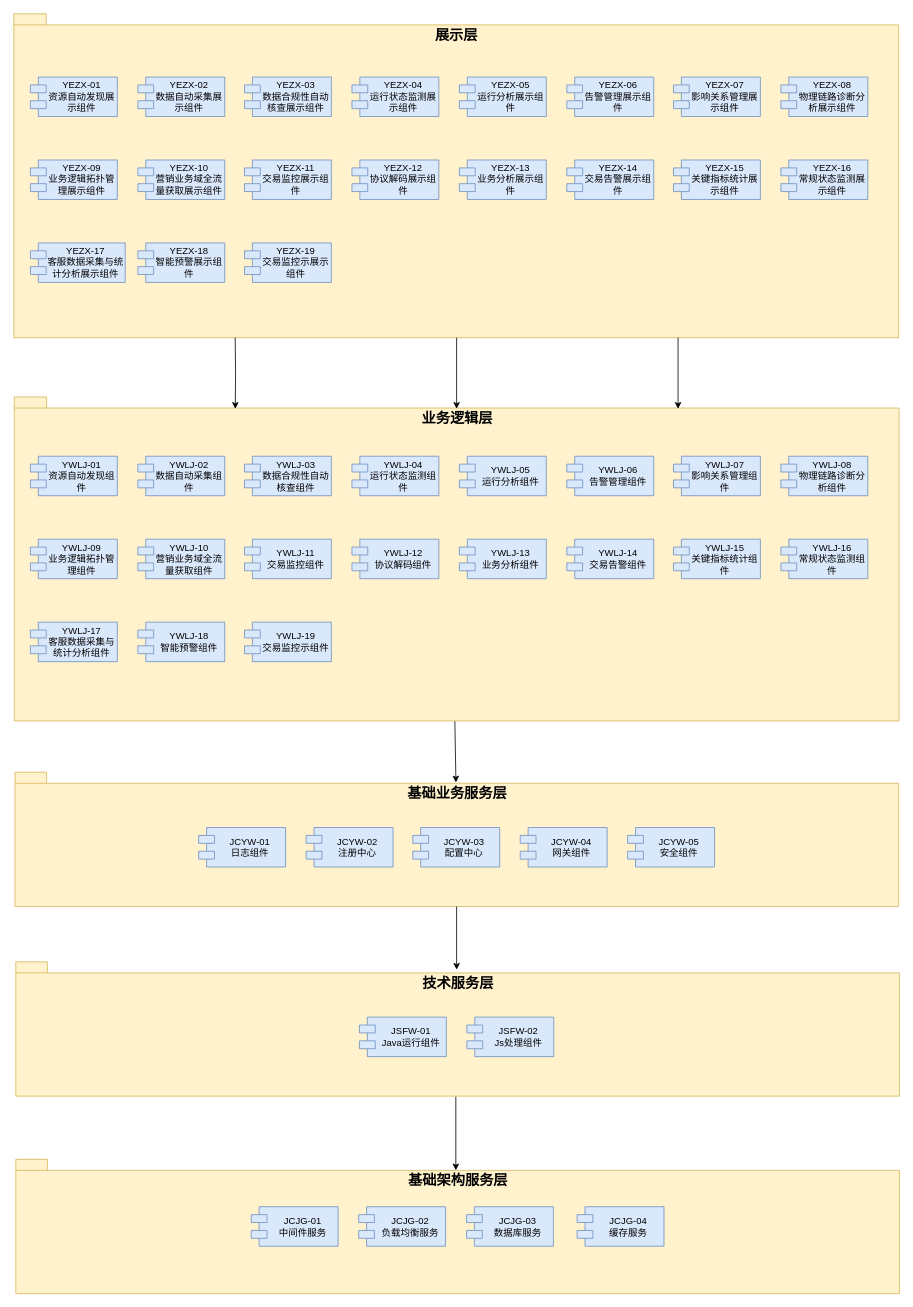
Before: 组件关联图.drawio in diaosinanshen/draw, a draw.io diagram. Source tidied: cells renumbered, new cells numbered last; positions are measured from the earlier drawing's top-left corner, leaving out a move shared by most shapes. Both pictures are drawn from the tidied source at 79%, with x=0, y=0 at pixel (13, 13).
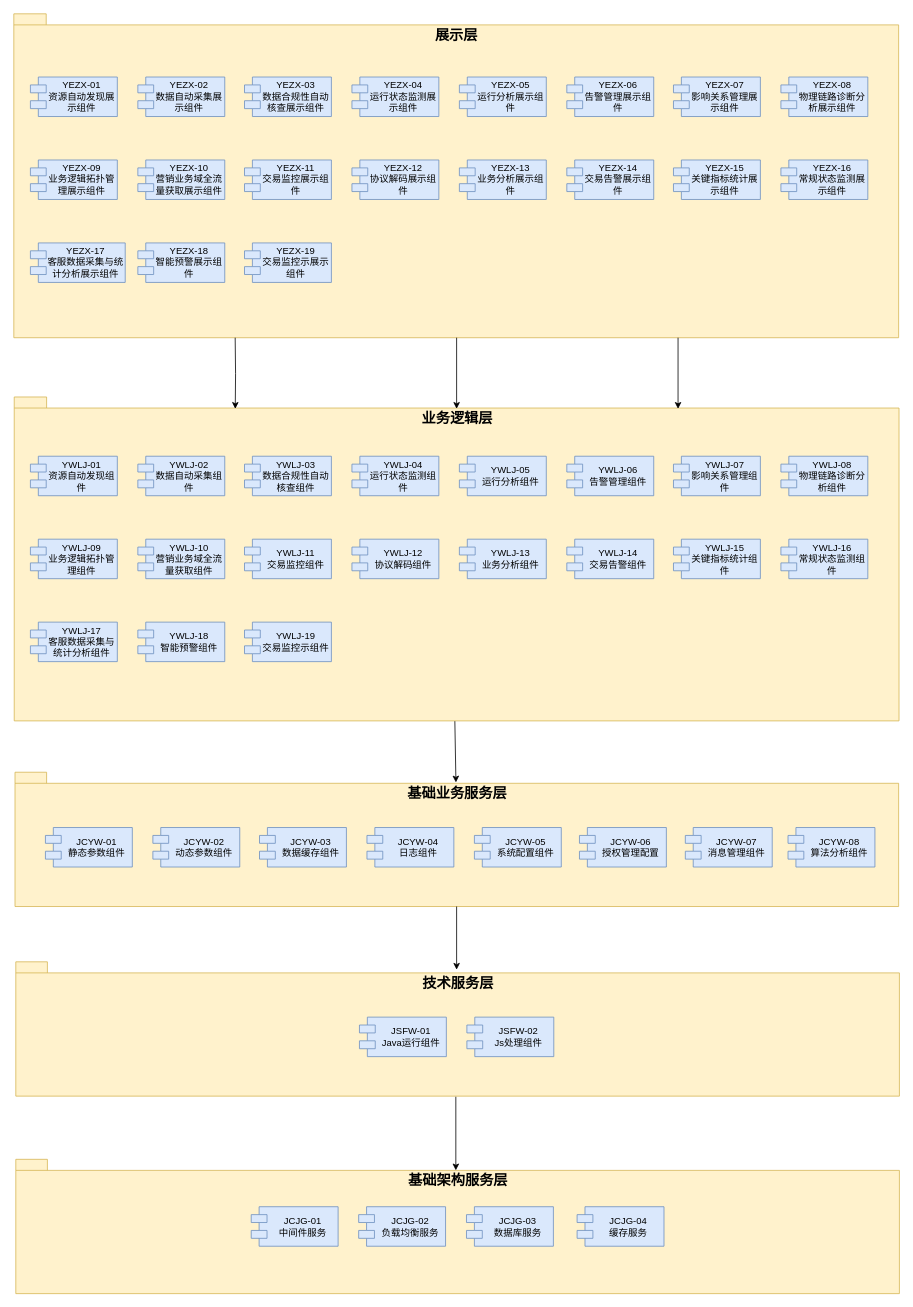
After the change.

Commit message:
更新组件关联图.drawio

Change to the diagram source:
```diff
@@
-    <mxCell id="27" value="JCYW-01&#10;日志组件" style="shape=module;align=center;spacingLeft=20;align=center;verticalAlign=middle;whiteSpace=wrap;labelPosition=center;verticalLabelPosition=middle;fillColor=#dae8fc;strokeColor=#6c8ebf;" parent="1" vertex="1">
-      <mxGeometry x="234" y="1030" width="110" height="50" as="geometry" />
+    <mxCell id="27" value="JCYW-01&#10;静态参数组件" style="shape=module;align=center;spacingLeft=20;align=center;verticalAlign=middle;whiteSpace=wrap;labelPosition=center;verticalLabelPosition=middle;fillColor=#dae8fc;strokeColor=#6c8ebf;" parent="1" vertex="1">
+      <mxGeometry x="40" y="1030" width="110" height="50" as="geometry" />
     </mxCell>
-    <mxCell id="28" value="JCYW-02&#10;注册中心" style="shape=module;align=center;spacingLeft=20;align=center;verticalAlign=middle;whiteSpace=wrap;labelPosition=center;verticalLabelPosition=middle;fillColor=#dae8fc;strokeColor=#6c8ebf;" parent="1" vertex="1">
-      <mxGeometry x="370" y="1030" width="110" height="50" as="geometry" />
+    <mxCell id="28" value="JCYW-02&#10;动态参数组件" style="shape=module;align=center;spacingLeft=20;align=center;verticalAlign=middle;whiteSpace=wrap;labelPosition=center;verticalLabelPosition=middle;fillColor=#dae8fc;strokeColor=#6c8ebf;" parent="1" vertex="1">
+      <mxGeometry x="176" y="1030" width="110" height="50" as="geometry" />
     </mxCell>
-    <mxCell id="29" value="JCYW-03&#10;配置中心" style="shape=module;align=center;spacingLeft=20;align=center;verticalAlign=middle;whiteSpace=wrap;labelPosition=center;verticalLabelPosition=middle;fillColor=#dae8fc;strokeColor=#6c8ebf;" parent="1" vertex="1">
-      <mxGeometry x="505" y="1030" width="110" height="50" as="geometry" />
+    <mxCell id="29" value="JCYW-03&#10;数据缓存组件" style="shape=module;align=center;spacingLeft=20;align=center;verticalAlign=middle;whiteSpace=wrap;labelPosition=center;verticalLabelPosition=middle;fillColor=#dae8fc;strokeColor=#6c8ebf;" parent="1" vertex="1">
+      <mxGeometry x="311" y="1030" width="110" height="50" as="geometry" />
     </mxCell>
-    <mxCell id="30" value="JCYW-04&#10;网关组件" style="shape=module;align=center;spacingLeft=20;align=center;verticalAlign=middle;whiteSpace=wrap;labelPosition=center;verticalLabelPosition=middle;fillColor=#dae8fc;strokeColor=#6c8ebf;" parent="1" vertex="1">
-      <mxGeometry x="641" y="1030" width="110" height="50" as="geometry" />
+    <mxCell id="30" value="JCYW-04&#10;日志组件" style="shape=module;align=center;spacingLeft=20;align=center;verticalAlign=middle;whiteSpace=wrap;labelPosition=center;verticalLabelPosition=middle;fillColor=#dae8fc;strokeColor=#6c8ebf;" parent="1" vertex="1">
+      <mxGeometry x="447" y="1030" width="110" height="50" as="geometry" />
     </mxCell>
-    <mxCell id="31" value="JCYW-05&#10;安全组件" style="shape=module;align=center;spacingLeft=20;align=center;verticalAlign=middle;whiteSpace=wrap;labelPosition=center;verticalLabelPosition=middle;fillColor=#dae8fc;strokeColor=#6c8ebf;" parent="1" vertex="1">
-      <mxGeometry x="777" y="1030" width="110" height="50" as="geometry" />
+    <mxCell id="31" value="JCYW-05&#10;系统配置组件" style="shape=module;align=center;spacingLeft=20;align=center;verticalAlign=middle;whiteSpace=wrap;labelPosition=center;verticalLabelPosition=middle;fillColor=#dae8fc;strokeColor=#6c8ebf;" parent="1" vertex="1">
+      <mxGeometry x="583" y="1030" width="110" height="50" as="geometry" />
     </mxCell>
@@
+    <mxCell id="62" value="JCYW-06&#10;授权管理配置" style="shape=module;align=center;spacingLeft=20;align=center;verticalAlign=middle;whiteSpace=wrap;labelPosition=center;verticalLabelPosition=middle;fillColor=#dae8fc;strokeColor=#6c8ebf;" parent="1" vertex="1">
+      <mxGeometry x="716" y="1030" width="110" height="50" as="geometry" />
+    </mxCell>
+    <mxCell id="63" value="JCYW-07&#10;消息管理组件" style="shape=module;align=center;spacingLeft=20;align=center;verticalAlign=middle;whiteSpace=wrap;labelPosition=center;verticalLabelPosition=middle;fillColor=#dae8fc;strokeColor=#6c8ebf;" parent="1" vertex="1">
+      <mxGeometry x="850" y="1030" width="110" height="50" as="geometry" />
+    </mxCell>
+    <mxCell id="64" value="JCYW-08&#10;算法分析组件" style="shape=module;align=center;spacingLeft=20;align=center;verticalAlign=middle;whiteSpace=wrap;labelPosition=center;verticalLabelPosition=middle;fillColor=#dae8fc;strokeColor=#6c8ebf;" parent="1" vertex="1">
+      <mxGeometry x="980" y="1030" width="110" height="50" as="geometry" />
+    </mxCell>
```
